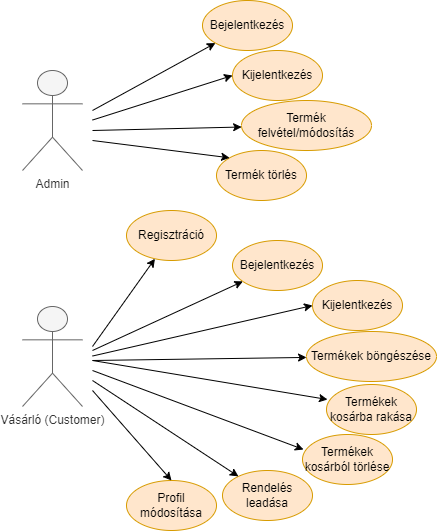
The draw.io diagram Docs/Diagrams/Use case.png in ETomi24/Webshop-backend, before a commit. Source tidied: cells renumbered, new cells last; positions are measured from the earlier drawing's top-left corner, leaving out a move shared by most shapes.
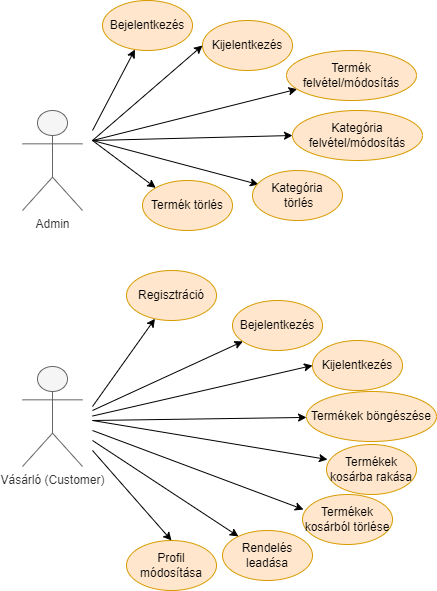
The same diagram one commit later.

Commit message:
Use case diagram

Change to the diagram source:
```diff
@@ -3,38 +3,38 @@
     <mxCell id="0" />
     <mxCell id="1" parent="0" />
     <mxCell id="2" value="Admin" style="shape=umlActor;verticalLabelPosition=bottom;verticalAlign=top;html=1;fillColor=#f5f5f5;fontColor=#333333;strokeColor=#666666;" parent="1" vertex="1">
-      <mxGeometry y="70" width="60" height="100" as="geometry" />
+      <mxGeometry y="50" width="60" height="100" as="geometry" />
     </mxCell>
     <mxCell id="3" value="Bejelentkezés" style="ellipse;whiteSpace=wrap;html=1;fillColor=#ffe6cc;strokeColor=#d79b00;" parent="1" vertex="1">
-      <mxGeometry x="180" width="90" height="50" as="geometry" />
+      <mxGeometry x="80" y="-60" width="90" height="50" as="geometry" />
     </mxCell>
     <mxCell id="4" value="Kijelentkezés" style="ellipse;whiteSpace=wrap;html=1;fillColor=#ffe6cc;strokeColor=#d79b00;" parent="1" vertex="1">
-      <mxGeometry x="210" y="50" width="90" height="50" as="geometry" />
+      <mxGeometry x="180" y="-40" width="90" height="50" as="geometry" />
     </mxCell>
     <mxCell id="5" value="Termék felvétel/módosítás" style="ellipse;whiteSpace=wrap;html=1;fillColor=#ffe6cc;strokeColor=#d79b00;" parent="1" vertex="1">
-      <mxGeometry x="219" y="100" width="130" height="50" as="geometry" />
+      <mxGeometry x="264" y="-10" width="130" height="50" as="geometry" />
     </mxCell>
     <mxCell id="6" value="Termék törlés" style="ellipse;whiteSpace=wrap;html=1;fillColor=#ffe6cc;strokeColor=#d79b00;" parent="1" vertex="1">
-      <mxGeometry x="194" y="150" width="90" height="50" as="geometry" />
+      <mxGeometry x="120" y="120" width="90" height="50" as="geometry" />
     </mxCell>
     <mxCell id="7" style="endArrow=classic;html=1;rounded=0;" parent="1" edge="1" target="3">
       <mxGeometry relative="1" as="geometry">
-        <mxPoint x="70" y="110" as="sourcePoint" />
+        <mxPoint x="70" y="70" as="sourcePoint" />
       </mxGeometry>
     </mxCell>
     <mxCell id="8" style="endArrow=classic;html=1;rounded=0;entryX=0;entryY=0.5;entryDx=0;entryDy=0;" parent="1" edge="1" target="4">
       <mxGeometry relative="1" as="geometry">
-        <mxPoint x="70" y="119.5" as="sourcePoint" />
+        <mxPoint x="70" y="80" as="sourcePoint" />
       </mxGeometry>
     </mxCell>
     <mxCell id="9" style="endArrow=classic;html=1;rounded=0;" parent="1" edge="1" target="5">
       <mxGeometry relative="1" as="geometry">
-        <mxPoint x="70" y="130" as="sourcePoint" />
+        <mxPoint x="70" y="80" as="sourcePoint" />
       </mxGeometry>
     </mxCell>
     <mxCell id="10" style="endArrow=classic;html=1;rounded=0;entryX=0;entryY=0;entryDx=0;entryDy=0;" parent="1" edge="1" target="6">
       <mxGeometry relative="1" as="geometry">
-        <mxPoint x="70" y="140" as="sourcePoint" />
+        <mxPoint x="70" y="80" as="sourcePoint" />
       </mxGeometry>
     </mxCell>
     <mxCell id="11" value="Vásárló (Customer)" style="shape=umlActor;verticalLabelPosition=bottom;verticalAlign=top;html=1;fillColor=#f5f5f5;fontColor=#333333;strokeColor=#666666;" parent="1" vertex="1">
@@ -104,5 +104,21 @@
         <mxPoint x="70" y="390" as="sourcePoint" />
       </mxGeometry>
     </mxCell>
+    <mxCell id="28" value="Kategória felvétel/módosítás" style="ellipse;whiteSpace=wrap;html=1;fillColor=#ffe6cc;strokeColor=#d79b00;" parent="1" vertex="1">
+      <mxGeometry x="270" y="50" width="130" height="50" as="geometry" />
+    </mxCell>
+    <mxCell id="29" style="endArrow=classic;html=1;rounded=0;entryX=0;entryY=0.5;entryDx=0;entryDy=0;" parent="1" edge="1" target="28">
+      <mxGeometry relative="1" as="geometry">
+        <mxPoint x="70" y="80" as="sourcePoint" />
+      </mxGeometry>
+    </mxCell>
+    <mxCell id="30" style="endArrow=classic;html=1;rounded=0;entryX=0.067;entryY=0.28;entryDx=0;entryDy=0;entryPerimeter=0;" parent="1" edge="1" target="31">
+      <mxGeometry relative="1" as="geometry">
+        <mxPoint x="70" y="80" as="sourcePoint" />
+      </mxGeometry>
+    </mxCell>
+    <mxCell id="31" value="Kategória&lt;br&gt;&amp;nbsp;törlés" style="ellipse;whiteSpace=wrap;html=1;fillColor=#ffe6cc;strokeColor=#d79b00;" parent="1" vertex="1">
+      <mxGeometry x="230" y="110" width="90" height="50" as="geometry" />
+    </mxCell>
   </root>
 </mxGraphModel>
```
